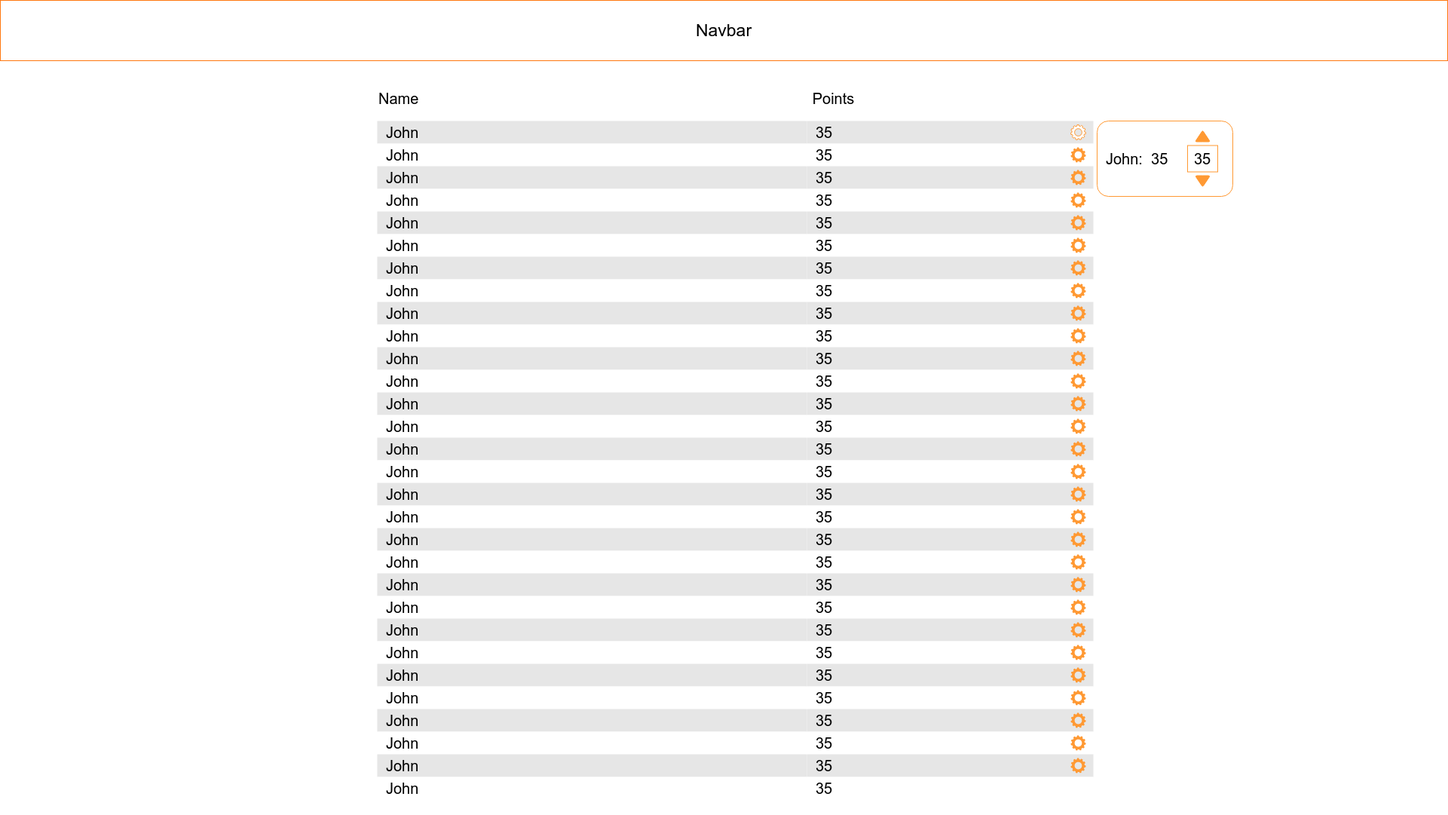
Earlier version of the draw.io export client/mockup designs/Leaderboard Mockup.png (MuazAlhaidar/BeeHive). Source tidied: cells renumbered, new cells last; positions are measured from the earlier drawing's top-left corner, leaving out a move shared by most shapes.
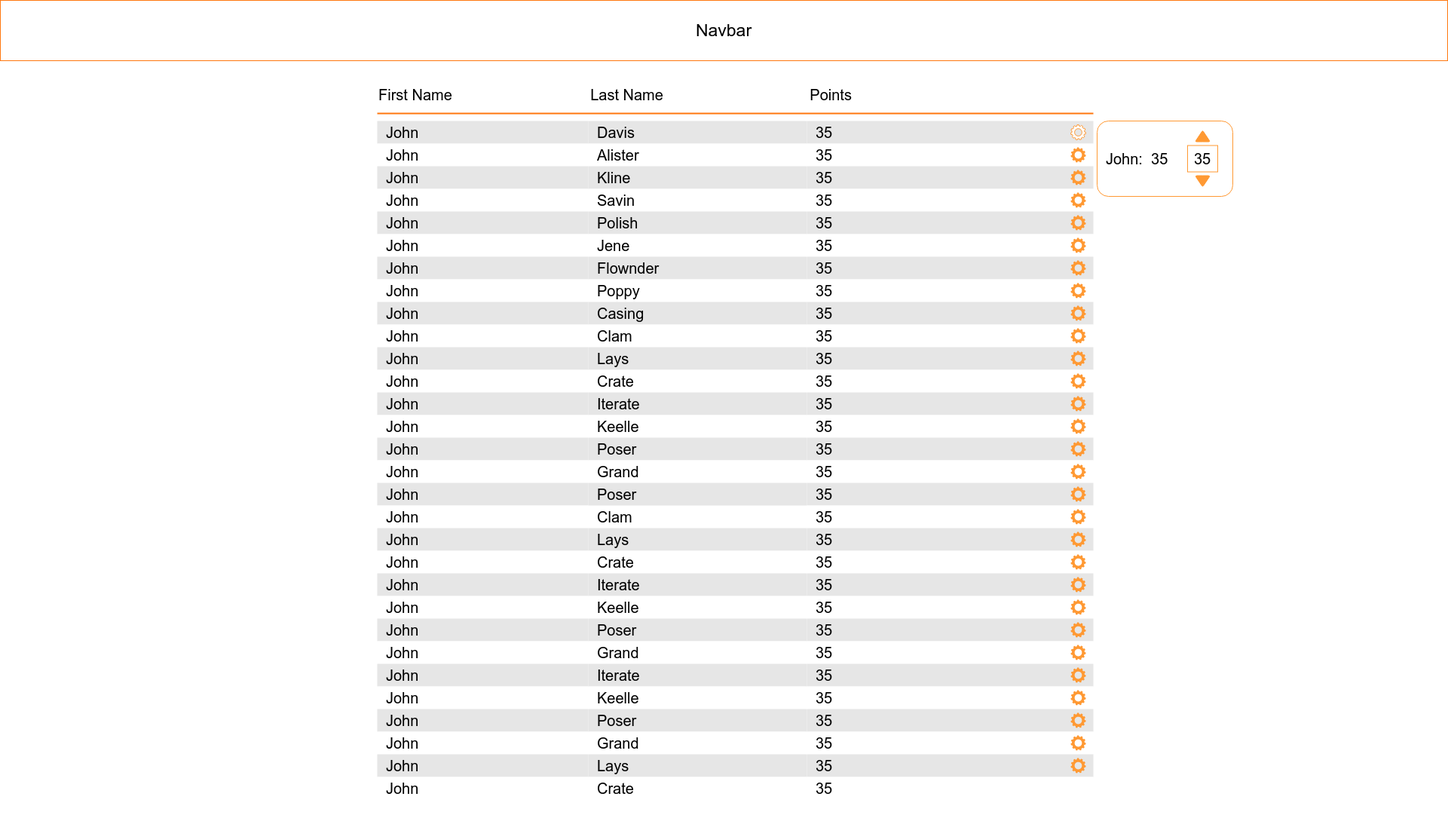
The same file after the commit.

The edit, as a diff of the source:
```diff
@@ -12,94 +12,94 @@
     <mxCell id="5" value="Leaderboard" parent="0" />
-    <mxCell id="6" value="Name&amp;nbsp; &amp;nbsp; &amp;nbsp; &amp;nbsp; &amp;nbsp; &amp;nbsp; &amp;nbsp; &amp;nbsp; &amp;nbsp; &amp;nbsp; &amp;nbsp; &amp;nbsp; &amp;nbsp; &amp;nbsp; &amp;nbsp; &amp;nbsp; &amp;nbsp; &amp;nbsp; &amp;nbsp; &amp;nbsp; &amp;nbsp; &amp;nbsp; &amp;nbsp; &amp;nbsp; &amp;nbsp; &amp;nbsp; &amp;nbsp; &amp;nbsp; &amp;nbsp; &amp;nbsp; &amp;nbsp; &amp;nbsp; &amp;nbsp; &amp;nbsp; &amp;nbsp; &amp;nbsp; &amp;nbsp; &amp;nbsp; &amp;nbsp; &amp;nbsp; &amp;nbsp; &amp;nbsp; &amp;nbsp; &amp;nbsp; &amp;nbsp; &amp;nbsp; &amp;nbsp; Points" style="rounded=0;whiteSpace=wrap;html=1;fontSize=20;align=left;spacingLeft=10;strokeColor=none;" parent="5" vertex="1">
-      <mxGeometry x="490" y="100" width="960" height="60" as="geometry" />
+    <mxCell id="6" value="First Name&amp;nbsp; &amp;nbsp; &amp;nbsp; &amp;nbsp; &amp;nbsp; &amp;nbsp; &amp;nbsp; &amp;nbsp; &amp;nbsp; &amp;nbsp; &amp;nbsp; &amp;nbsp; &amp;nbsp; &amp;nbsp; &amp;nbsp; &amp;nbsp; &amp;nbsp;Last Name&amp;nbsp; &amp;nbsp; &amp;nbsp; &amp;nbsp; &amp;nbsp; &amp;nbsp; &amp;nbsp; &amp;nbsp; &amp;nbsp; &amp;nbsp; &amp;nbsp; &amp;nbsp; &amp;nbsp; &amp;nbsp; &amp;nbsp; &amp;nbsp; &amp;nbsp; &amp;nbsp;Points" style="rounded=0;whiteSpace=wrap;html=1;fontSize=20;align=left;spacingLeft=0;strokeColor=none;spacing=2;" parent="5" vertex="1">
+      <mxGeometry x="500" y="100" width="950" height="50" as="geometry" />
     </mxCell>
     <mxCell id="7" value="John" style="rounded=0;whiteSpace=wrap;html=1;fillColor=#E6E6E6;fontSize=20;align=left;spacingLeft=10;strokeColor=none;" parent="5" vertex="1">
-      <mxGeometry x="500" y="160" width="570" height="30" as="geometry" />
+      <mxGeometry x="500" y="160" width="280" height="30" as="geometry" />
     </mxCell>
     <mxCell id="8" value="John" style="rounded=0;whiteSpace=wrap;html=1;fontSize=20;align=left;spacingLeft=10;strokeColor=none;fillColor=#FFFFFF;" parent="5" vertex="1">
-      <mxGeometry x="500" y="190" width="570" height="30" as="geometry" />
+      <mxGeometry x="500" y="190" width="280" height="30" as="geometry" />
     </mxCell>
     <mxCell id="9" value="John" style="rounded=0;whiteSpace=wrap;html=1;fillColor=#E6E6E6;fontSize=20;align=left;spacingLeft=10;strokeColor=none;" parent="5" vertex="1">
-      <mxGeometry x="500" y="220" width="570" height="30" as="geometry" />
+      <mxGeometry x="500" y="220" width="280" height="30" as="geometry" />
     </mxCell>
     <mxCell id="10" value="John" style="rounded=0;whiteSpace=wrap;html=1;fontSize=20;align=left;spacingLeft=10;strokeColor=none;fillColor=#FFFFFF;" parent="5" vertex="1">
-      <mxGeometry x="500" y="250" width="570" height="30" as="geometry" />
+      <mxGeometry x="500" y="250" width="280" height="30" as="geometry" />
     </mxCell>
     <mxCell id="11" value="John" style="rounded=0;whiteSpace=wrap;html=1;fillColor=#E6E6E6;fontSize=20;align=left;spacingLeft=10;strokeColor=none;" parent="5" vertex="1">
-      <mxGeometry x="500" y="280" width="570" height="30" as="geometry" />
+      <mxGeometry x="500" y="280" width="280" height="30" as="geometry" />
     </mxCell>
     <mxCell id="12" value="John" style="rounded=0;whiteSpace=wrap;html=1;fontSize=20;align=left;spacingLeft=10;strokeColor=none;fillColor=#FFFFFF;" parent="5" vertex="1">
-      <mxGeometry x="500" y="310" width="570" height="30" as="geometry" />
+      <mxGeometry x="500" y="310" width="280" height="30" as="geometry" />
     </mxCell>
     <mxCell id="13" value="John" style="rounded=0;whiteSpace=wrap;html=1;fillColor=#E6E6E6;fontSize=20;align=left;spacingLeft=10;strokeColor=none;" parent="5" vertex="1">
-      <mxGeometry x="500" y="340" width="570" height="30" as="geometry" />
+      <mxGeometry x="500" y="340" width="280" height="30" as="geometry" />
     </mxCell>
-    <mxCell id="14" value="John" style="rounded=0;whiteSpace=wrap;html=1;fontSize=20;align=left;spacingLeft=10;strokeColor=none;fillColor=#FFFFFF;" parent="5" vertex="1">
-      <mxGeometry x="500" y="370" width="570" height="30" as="geometry" />
+    <mxCell id="14" value="John&amp;nbsp;" style="rounded=0;whiteSpace=wrap;html=1;fontSize=20;align=left;spacingLeft=10;strokeColor=none;fillColor=#FFFFFF;" parent="5" vertex="1">
+      <mxGeometry x="500" y="370" width="280" height="30" as="geometry" />
     </mxCell>
     <mxCell id="15" value="John" style="rounded=0;whiteSpace=wrap;html=1;fillColor=#E6E6E6;fontSize=20;align=left;spacingLeft=10;strokeColor=none;" parent="5" vertex="1">
-      <mxGeometry x="500" y="400" width="570" height="30" as="geometry" />
+      <mxGeometry x="500" y="400" width="280" height="30" as="geometry" />
     </mxCell>
     <mxCell id="16" value="John" style="rounded=0;whiteSpace=wrap;html=1;fontSize=20;align=left;spacingLeft=10;strokeColor=none;fillColor=#FFFFFF;" parent="5" vertex="1">
-      <mxGeometry x="500" y="430" width="570" height="30" as="geometry" />
+      <mxGeometry x="500" y="430" width="280" height="30" as="geometry" />
     </mxCell>
     <mxCell id="17" value="John" style="rounded=0;whiteSpace=wrap;html=1;fillColor=#E6E6E6;fontSize=20;align=left;spacingLeft=10;strokeColor=none;" parent="5" vertex="1">
-      <mxGeometry x="500" y="460" width="570" height="30" as="geometry" />
+      <mxGeometry x="500" y="460" width="280" height="30" as="geometry" />
     </mxCell>
     <mxCell id="18" value="John" style="rounded=0;whiteSpace=wrap;html=1;fontSize=20;align=left;spacingLeft=10;strokeColor=none;fillColor=#FFFFFF;" parent="5" vertex="1">
-      <mxGeometry x="500" y="490" width="570" height="30" as="geometry" />
+      <mxGeometry x="500" y="490" width="280" height="30" as="geometry" />
     </mxCell>
     <mxCell id="19" value="John" style="rounded=0;whiteSpace=wrap;html=1;fillColor=#E6E6E6;fontSize=20;align=left;spacingLeft=10;strokeColor=none;" parent="5" vertex="1">
-      <mxGeometry x="500" y="520" width="570" height="30" as="geometry" />
+      <mxGeometry x="500" y="520" width="280" height="30" as="geometry" />
     </mxCell>
     <mxCell id="20" value="John" style="rounded=0;whiteSpace=wrap;html=1;fontSize=20;align=left;spacingLeft=10;strokeColor=none;fillColor=#FFFFFF;" parent="5" vertex="1">
-      <mxGeometry x="500" y="550" width="570" height="30" as="geometry" />
+      <mxGeometry x="500" y="550" width="280" height="30" as="geometry" />
     </mxCell>
     <mxCell id="21" value="John" style="rounded=0;whiteSpace=wrap;html=1;fillColor=#E6E6E6;fontSize=20;align=left;spacingLeft=10;strokeColor=none;" parent="5" vertex="1">
-      <mxGeometry x="500" y="580" width="570" height="30" as="geometry" />
+      <mxGeometry x="500" y="580" width="280" height="30" as="geometry" />
     </mxCell>
-    <mxCell id="22" value="John" style="rounded=0;whiteSpace=wrap;html=1;fontSize=20;align=left;spacingLeft=10;strokeColor=none;fillColor=#FFFFFF;" parent="5" vertex="1">
-      <mxGeometry x="500" y="610" width="570" height="30" as="geometry" />
+    <mxCell id="22" value="John&amp;nbsp;" style="rounded=0;whiteSpace=wrap;html=1;fontSize=20;align=left;spacingLeft=10;strokeColor=none;fillColor=#FFFFFF;" parent="5" vertex="1">
+      <mxGeometry x="500" y="610" width="280" height="30" as="geometry" />
     </mxCell>
     <mxCell id="23" value="John" style="rounded=0;whiteSpace=wrap;html=1;fillColor=#E6E6E6;fontSize=20;align=left;spacingLeft=10;strokeColor=none;" parent="5" vertex="1">
-      <mxGeometry x="500" y="640" width="570" height="30" as="geometry" />
+      <mxGeometry x="500" y="640" width="280" height="30" as="geometry" />
     </mxCell>
     <mxCell id="24" value="John" style="rounded=0;whiteSpace=wrap;html=1;fontSize=20;align=left;spacingLeft=10;strokeColor=none;fillColor=#FFFFFF;" parent="5" vertex="1">
-      <mxGeometry x="500" y="670" width="570" height="30" as="geometry" />
+      <mxGeometry x="500" y="670" width="280" height="30" as="geometry" />
     </mxCell>
     <mxCell id="25" value="John" style="rounded=0;whiteSpace=wrap;html=1;fillColor=#E6E6E6;fontSize=20;align=left;spacingLeft=10;strokeColor=none;" parent="5" vertex="1">
-      <mxGeometry x="500" y="700" width="570" height="30" as="geometry" />
+      <mxGeometry x="500" y="700" width="280" height="30" as="geometry" />
     </mxCell>
     <mxCell id="26" value="John" style="rounded=0;whiteSpace=wrap;html=1;fontSize=20;align=left;spacingLeft=10;strokeColor=none;fillColor=#FFFFFF;" parent="5" vertex="1">
-      <mxGeometry x="500" y="730" width="570" height="30" as="geometry" />
+      <mxGeometry x="500" y="730" width="280" height="30" as="geometry" />
     </mxCell>
     <mxCell id="27" value="John" style="rounded=0;whiteSpace=wrap;html=1;fillColor=#E6E6E6;fontSize=20;align=left;spacingLeft=10;strokeColor=none;" parent="5" vertex="1">
-      <mxGeometry x="500" y="760" width="570" height="30" as="geometry" />
+      <mxGeometry x="500" y="760" width="280" height="30" as="geometry" />
     </mxCell>
     <mxCell id="28" value="John" style="rounded=0;whiteSpace=wrap;html=1;fontSize=20;align=left;spacingLeft=10;strokeColor=none;fillColor=#FFFFFF;" parent="5" vertex="1">
-      <mxGeometry x="500" y="790" width="570" height="30" as="geometry" />
+      <mxGeometry x="500" y="790" width="280" height="30" as="geometry" />
     </mxCell>
     <mxCell id="29" value="John" style="rounded=0;whiteSpace=wrap;html=1;fillColor=#E6E6E6;fontSize=20;align=left;spacingLeft=10;strokeColor=none;" parent="5" vertex="1">
-      <mxGeometry x="500" y="820" width="570" height="30" as="geometry" />
+      <mxGeometry x="500" y="820" width="280" height="30" as="geometry" />
     </mxCell>
     <mxCell id="30" value="John" style="rounded=0;whiteSpace=wrap;html=1;fontSize=20;align=left;spacingLeft=10;strokeColor=none;fillColor=#FFFFFF;" parent="5" vertex="1">
-      <mxGeometry x="500" y="850" width="570" height="30" as="geometry" />
+      <mxGeometry x="500" y="850" width="280" height="30" as="geometry" />
     </mxCell>
     <mxCell id="31" value="John" style="rounded=0;whiteSpace=wrap;html=1;fillColor=#E6E6E6;fontSize=20;align=left;spacingLeft=10;strokeColor=none;" parent="5" vertex="1">
-      <mxGeometry x="500" y="880" width="570" height="30" as="geometry" />
+      <mxGeometry x="500" y="880" width="280" height="30" as="geometry" />
     </mxCell>
     <mxCell id="32" value="John" style="rounded=0;whiteSpace=wrap;html=1;fontSize=20;align=left;spacingLeft=10;strokeColor=none;fillColor=#FFFFFF;" parent="5" vertex="1">
-      <mxGeometry x="500" y="910" width="570" height="30" as="geometry" />
+      <mxGeometry x="500" y="910" width="280" height="30" as="geometry" />
     </mxCell>
     <mxCell id="33" value="John" style="rounded=0;whiteSpace=wrap;html=1;fillColor=#E6E6E6;fontSize=20;align=left;spacingLeft=10;strokeColor=none;" parent="5" vertex="1">
-      <mxGeometry x="500" y="940" width="570" height="30" as="geometry" />
+      <mxGeometry x="500" y="940" width="280" height="30" as="geometry" />
     </mxCell>
     <mxCell id="34" value="John" style="rounded=0;whiteSpace=wrap;html=1;fontSize=20;align=left;spacingLeft=10;strokeColor=none;fillColor=#FFFFFF;" parent="5" vertex="1">
-      <mxGeometry x="500" y="970" width="570" height="30" as="geometry" />
+      <mxGeometry x="500" y="970" width="280" height="30" as="geometry" />
     </mxCell>
     <mxCell id="35" value="John" style="rounded=0;whiteSpace=wrap;html=1;fillColor=#E6E6E6;fontSize=20;align=left;spacingLeft=10;strokeColor=none;" parent="5" vertex="1">
-      <mxGeometry x="500" y="1000" width="570" height="30" as="geometry" />
+      <mxGeometry x="500" y="1000" width="280" height="30" as="geometry" />
     </mxCell>
     <mxCell id="36" value="John" style="rounded=0;whiteSpace=wrap;html=1;fontSize=20;align=left;spacingLeft=10;strokeColor=none;fillColor=#FFFFFF;" parent="5" vertex="1">
-      <mxGeometry x="500" y="1030" width="570" height="30" as="geometry" />
+      <mxGeometry x="500" y="1030" width="280" height="30" as="geometry" />
     </mxCell>
@@ -195,2 +195,95 @@
     </mxCell>
+    <mxCell id="102" value="Davis" style="rounded=0;whiteSpace=wrap;html=1;fillColor=#E6E6E6;fontSize=20;align=left;spacingLeft=10;strokeColor=none;" parent="5" vertex="1">
+      <mxGeometry x="780" y="160" width="290" height="30" as="geometry" />
+    </mxCell>
+    <mxCell id="103" value="Alister" style="rounded=0;whiteSpace=wrap;html=1;fontSize=20;align=left;spacingLeft=10;strokeColor=none;fillColor=#FFFFFF;" parent="5" vertex="1">
+      <mxGeometry x="780" y="190" width="290" height="30" as="geometry" />
+    </mxCell>
+    <mxCell id="104" value="Kline" style="rounded=0;whiteSpace=wrap;html=1;fillColor=#E6E6E6;fontSize=20;align=left;spacingLeft=10;strokeColor=none;" parent="5" vertex="1">
+      <mxGeometry x="780" y="220" width="290" height="30" as="geometry" />
+    </mxCell>
+    <mxCell id="105" value="Savin" style="rounded=0;whiteSpace=wrap;html=1;fontSize=20;align=left;spacingLeft=10;strokeColor=none;fillColor=#FFFFFF;" parent="5" vertex="1">
+      <mxGeometry x="780" y="250" width="290" height="30" as="geometry" />
+    </mxCell>
+    <mxCell id="106" value="Polish" style="rounded=0;whiteSpace=wrap;html=1;fillColor=#E6E6E6;fontSize=20;align=left;spacingLeft=10;strokeColor=none;" parent="5" vertex="1">
+      <mxGeometry x="780" y="280" width="290" height="30" as="geometry" />
+    </mxCell>
+    <mxCell id="107" value="Jene" style="rounded=0;whiteSpace=wrap;html=1;fontSize=20;align=left;spacingLeft=10;strokeColor=none;fillColor=#FFFFFF;" parent="5" vertex="1">
+      <mxGeometry x="780" y="310" width="290" height="30" as="geometry" />
+    </mxCell>
+    <mxCell id="108" value="Flownder" style="rounded=0;whiteSpace=wrap;html=1;fillColor=#E6E6E6;fontSize=20;align=left;spacingLeft=10;strokeColor=none;" parent="5" vertex="1">
+      <mxGeometry x="780" y="340" width="290" height="30" as="geometry" />
+    </mxCell>
+    <mxCell id="109" value="Poppy" style="rounded=0;whiteSpace=wrap;html=1;fontSize=20;align=left;spacingLeft=10;strokeColor=none;fillColor=#FFFFFF;" parent="5" vertex="1">
+      <mxGeometry x="780" y="370" width="290" height="30" as="geometry" />
+    </mxCell>
+    <mxCell id="110" value="Casing" style="rounded=0;whiteSpace=wrap;html=1;fillColor=#E6E6E6;fontSize=20;align=left;spacingLeft=10;strokeColor=none;" parent="5" vertex="1">
+      <mxGeometry x="780" y="400" width="290" height="30" as="geometry" />
+    </mxCell>
+    <mxCell id="111" value="Clam" style="rounded=0;whiteSpace=wrap;html=1;fontSize=20;align=left;spacingLeft=10;strokeColor=none;fillColor=#FFFFFF;" parent="5" vertex="1">
+      <mxGeometry x="780" y="430" width="290" height="30" as="geometry" />
+    </mxCell>
+    <mxCell id="112" value="Lays" style="rounded=0;whiteSpace=wrap;html=1;fillColor=#E6E6E6;fontSize=20;align=left;spacingLeft=10;strokeColor=none;" parent="5" vertex="1">
+      <mxGeometry x="780" y="460" width="290" height="30" as="geometry" />
+    </mxCell>
+    <mxCell id="113" value="Crate" style="rounded=0;whiteSpace=wrap;html=1;fontSize=20;align=left;spacingLeft=10;strokeColor=none;fillColor=#FFFFFF;" parent="5" vertex="1">
+      <mxGeometry x="780" y="490" width="290" height="30" as="geometry" />
+    </mxCell>
+    <mxCell id="114" value="Iterate" style="rounded=0;whiteSpace=wrap;html=1;fillColor=#E6E6E6;fontSize=20;align=left;spacingLeft=10;strokeColor=none;" parent="5" vertex="1">
+      <mxGeometry x="780" y="520" width="290" height="30" as="geometry" />
+    </mxCell>
+    <mxCell id="115" value="Keelle" style="rounded=0;whiteSpace=wrap;html=1;fontSize=20;align=left;spacingLeft=10;strokeColor=none;fillColor=#FFFFFF;" parent="5" vertex="1">
+      <mxGeometry x="780" y="550" width="290" height="30" as="geometry" />
+    </mxCell>
+    <mxCell id="116" value="Poser" style="rounded=0;whiteSpace=wrap;html=1;fillColor=#E6E6E6;fontSize=20;align=left;spacingLeft=10;strokeColor=none;" parent="5" vertex="1">
+      <mxGeometry x="780" y="580" width="290" height="30" as="geometry" />
+    </mxCell>
+    <mxCell id="117" value="Grand" style="rounded=0;whiteSpace=wrap;html=1;fontSize=20;align=left;spacingLeft=10;strokeColor=none;fillColor=#FFFFFF;" parent="5" vertex="1">
+      <mxGeometry x="780" y="610" width="290" height="30" as="geometry" />
+    </mxCell>
+    <mxCell id="118" value="Clam" style="rounded=0;whiteSpace=wrap;html=1;fontSize=20;align=left;spacingLeft=10;strokeColor=none;fillColor=#FFFFFF;" parent="5" vertex="1">
+      <mxGeometry x="780" y="670" width="290" height="30" as="geometry" />
+    </mxCell>
+    <mxCell id="119" value="Lays" style="rounded=0;whiteSpace=wrap;html=1;fillColor=#E6E6E6;fontSize=20;align=left;spacingLeft=10;strokeColor=none;" parent="5" vertex="1">
+      <mxGeometry x="780" y="700" width="290" height="30" as="geometry" />
+    </mxCell>
+    <mxCell id="120" value="Crate" style="rounded=0;whiteSpace=wrap;html=1;fontSize=20;align=left;spacingLeft=10;strokeColor=none;fillColor=#FFFFFF;" parent="5" vertex="1">
+      <mxGeometry x="780" y="730" width="290" height="30" as="geometry" />
+    </mxCell>
+    <mxCell id="121" value="Iterate" style="rounded=0;whiteSpace=wrap;html=1;fillColor=#E6E6E6;fontSize=20;align=left;spacingLeft=10;strokeColor=none;" parent="5" vertex="1">
+      <mxGeometry x="780" y="760" width="290" height="30" as="geometry" />
+    </mxCell>
+    <mxCell id="122" value="Keelle" style="rounded=0;whiteSpace=wrap;html=1;fontSize=20;align=left;spacingLeft=10;strokeColor=none;fillColor=#FFFFFF;" parent="5" vertex="1">
+      <mxGeometry x="780" y="790" width="290" height="30" as="geometry" />
+    </mxCell>
+    <mxCell id="123" value="Poser" style="rounded=0;whiteSpace=wrap;html=1;fillColor=#E6E6E6;fontSize=20;align=left;spacingLeft=10;strokeColor=none;" parent="5" vertex="1">
+      <mxGeometry x="780" y="820" width="290" height="30" as="geometry" />
+    </mxCell>
+    <mxCell id="124" value="Grand" style="rounded=0;whiteSpace=wrap;html=1;fontSize=20;align=left;spacingLeft=10;strokeColor=none;fillColor=#FFFFFF;" parent="5" vertex="1">
+      <mxGeometry x="780" y="850" width="290" height="30" as="geometry" />
+    </mxCell>
+    <mxCell id="125" value="Poser" style="rounded=0;whiteSpace=wrap;html=1;fillColor=#E6E6E6;fontSize=20;align=left;spacingLeft=10;strokeColor=none;" parent="5" vertex="1">
+      <mxGeometry x="780" y="640" width="290" height="30" as="geometry" />
+    </mxCell>
+    <mxCell id="126" value="Iterate" style="rounded=0;whiteSpace=wrap;html=1;fillColor=#E6E6E6;fontSize=20;align=left;spacingLeft=10;strokeColor=none;" parent="5" vertex="1">
+      <mxGeometry x="780" y="880" width="290" height="30" as="geometry" />
+    </mxCell>
+    <mxCell id="127" value="Keelle" style="rounded=0;whiteSpace=wrap;html=1;fontSize=20;align=left;spacingLeft=10;strokeColor=none;fillColor=#FFFFFF;" parent="5" vertex="1">
+      <mxGeometry x="780" y="910" width="290" height="30" as="geometry" />
+    </mxCell>
+    <mxCell id="128" value="Poser" style="rounded=0;whiteSpace=wrap;html=1;fillColor=#E6E6E6;fontSize=20;align=left;spacingLeft=10;strokeColor=none;" parent="5" vertex="1">
+      <mxGeometry x="780" y="940" width="290" height="30" as="geometry" />
+    </mxCell>
+    <mxCell id="129" value="Grand" style="rounded=0;whiteSpace=wrap;html=1;fontSize=20;align=left;spacingLeft=10;strokeColor=none;fillColor=#FFFFFF;" parent="5" vertex="1">
+      <mxGeometry x="780" y="970" width="290" height="30" as="geometry" />
+    </mxCell>
+    <mxCell id="130" value="Lays" style="rounded=0;whiteSpace=wrap;html=1;fillColor=#E6E6E6;fontSize=20;align=left;spacingLeft=10;strokeColor=none;" parent="5" vertex="1">
+      <mxGeometry x="780" y="1000" width="290" height="30" as="geometry" />
+    </mxCell>
+    <mxCell id="131" value="Crate" style="rounded=0;whiteSpace=wrap;html=1;fontSize=20;align=left;spacingLeft=10;strokeColor=none;fillColor=#FFFFFF;" parent="5" vertex="1">
+      <mxGeometry x="780" y="1030" width="290" height="30" as="geometry" />
+    </mxCell>
+    <mxCell id="132" style="endArrow=none;html=1;exitX=0;exitY=1;exitDx=0;exitDy=0;entryX=1;entryY=1;entryDx=0;entryDy=0;strokeWidth=2;strokeColor=#FF770F;" parent="5" edge="1" source="6" target="6">
+      <mxGeometry relative="1" as="geometry" />
+    </mxCell>
     <mxCell id="67" value="Editing Button" parent="0" />
```
